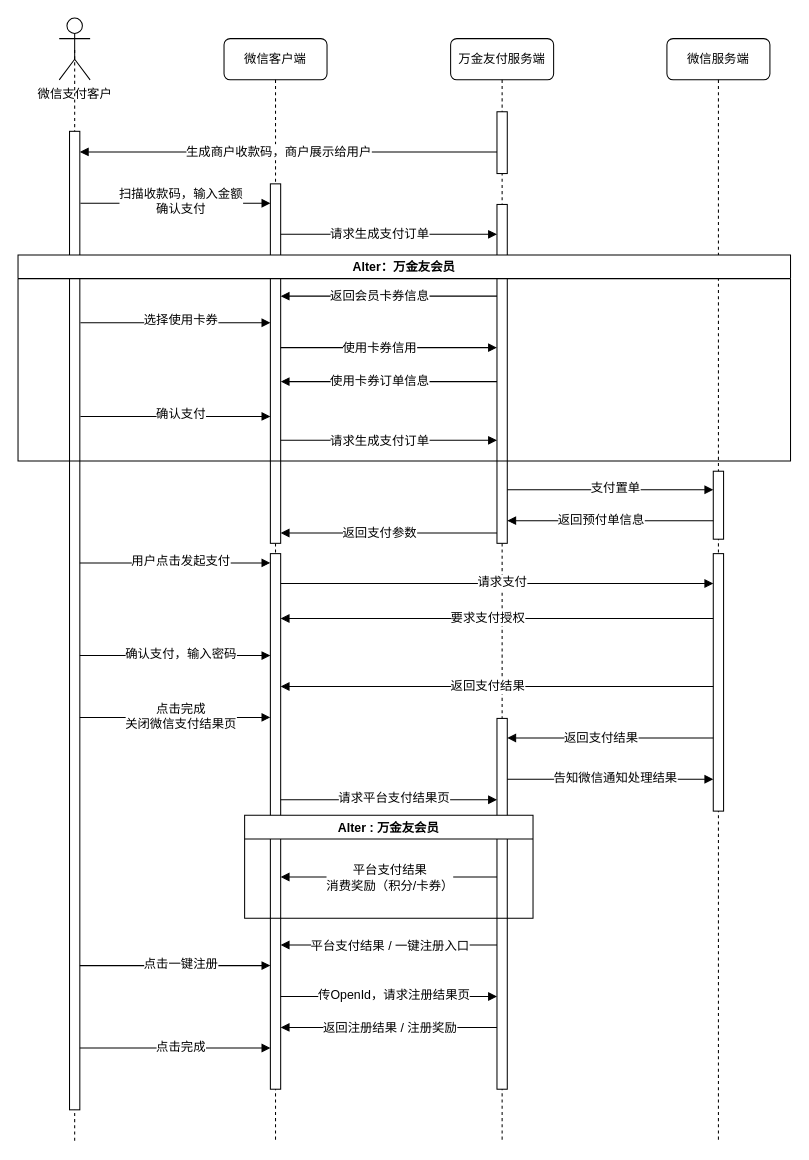
This is page "场景3-客户扫社区商业收款码支付" (3 of 4) of Member_Marketing_20191203.drawio from firefirefirewood/Hello-World, a draw.io file, before an edit. Source tidied: cells renumbered, new cells numbered last; positions are measured from the earlier drawing's top-left corner, leaving out a move shared by most shapes. Both pictures are drawn from the tidied source at 103%, with x=0, y=0 at pixel (18, 18).
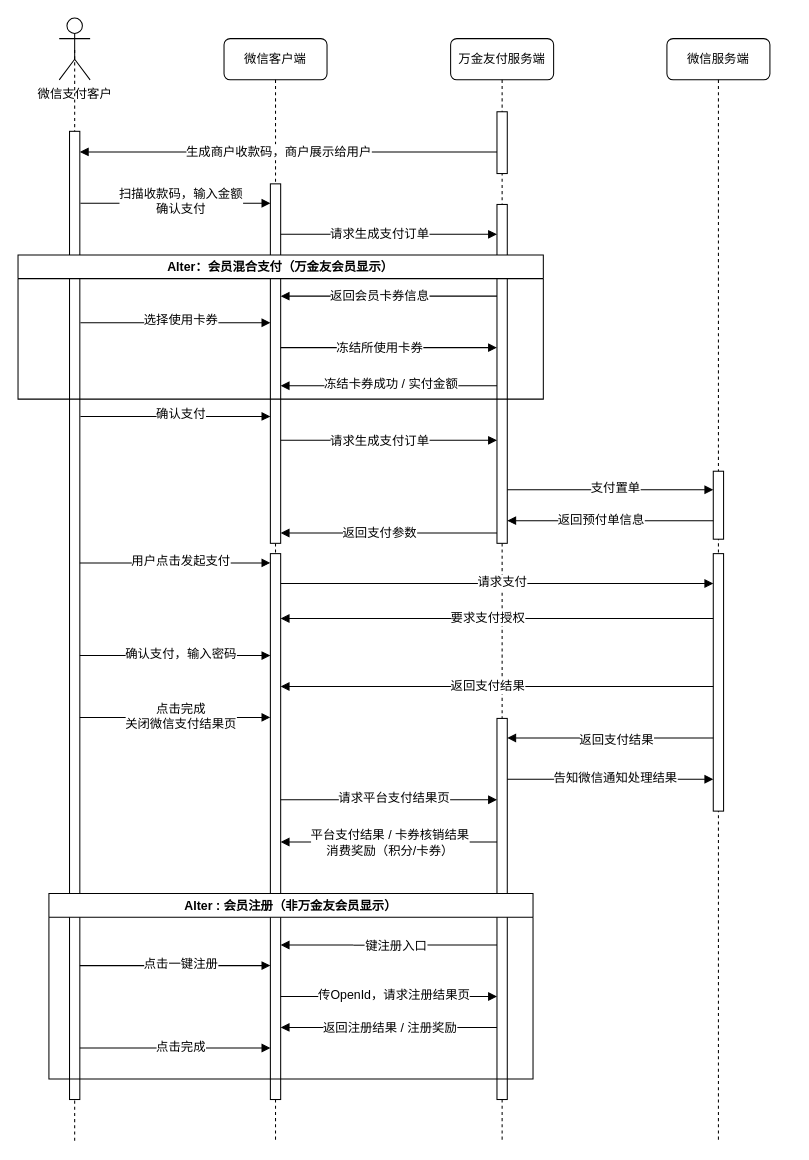
Above is the later version.

The change refers to these unchanged cells:
```xml
<mxCell id="2" value="万金友付服务端" style="shape=umlLifeline;perimeter=lifelinePerimeter;whiteSpace=wrap;html=1;rounded=1;shadow=0;comic=0;labelBackgroundColor=none;strokeWidth=1;fontFamily=Verdana;fontSize=12;align=center;" parent="1" vertex="1">
  <mxGeometry x="420" y="20" width="100" height="1070" as="geometry" />
</mxCell>
<mxCell id="9" value="微信客户端" style="shape=umlLifeline;perimeter=lifelinePerimeter;whiteSpace=wrap;html=1;rounded=1;shadow=0;comic=0;labelBackgroundColor=none;strokeWidth=1;fontFamily=Verdana;fontSize=12;align=center;" parent="1" vertex="1">
  <mxGeometry x="200" y="20" width="100" height="1070" as="geometry" />
</mxCell>
<mxCell id="37" style="html=1;verticalAlign=bottom;endArrow=block;labelBackgroundColor=none;fontFamily=Verdana;fontSize=12;elbow=vertical;" parent="1" edge="1">
  <mxGeometry relative="1" as="geometry">
    <mxPoint x="675" y="699" as="sourcePoint" />
    <mxPoint x="475" y="699" as="targetPoint" />
  </mxGeometry>
</mxCell>
<mxCell id="45" style="html=1;verticalAlign=bottom;endArrow=block;labelBackgroundColor=none;fontFamily=Verdana;fontSize=12;elbow=vertical;" parent="1" edge="1">
  <mxGeometry relative="1" as="geometry">
    <mxPoint x="465" y="900" as="sourcePoint" />
    <mxPoint x="255" y="900" as="targetPoint" />
  </mxGeometry>
</mxCell>
<mxCell id="64" style="html=1;verticalAlign=bottom;endArrow=block;labelBackgroundColor=none;fontFamily=Verdana;fontSize=12;elbow=vertical;" parent="1" edge="1" source="10" target="4">
  <mxGeometry relative="1" as="geometry">
    <Array as="points">
      <mxPoint x="410" y="320" />
    </Array>
  </mxGeometry>
</mxCell>
```

The edit, as a diff of the source:
```diff
@@
     <mxCell id="5" style="html=1;points=[];perimeter=orthogonalPerimeter;rounded=0;shadow=0;comic=0;labelBackgroundColor=none;strokeWidth=1;fontFamily=Verdana;fontSize=12;align=center;" parent="2" vertex="1">
-      <mxGeometry x="45" y="660" width="10" height="360" as="geometry" />
+      <mxGeometry x="45" y="660" width="10" height="370" as="geometry" />
     </mxCell>
@@
     <mxCell id="11" style="html=1;points=[];perimeter=orthogonalPerimeter;rounded=0;shadow=0;comic=0;labelBackgroundColor=none;strokeWidth=1;fontFamily=Verdana;fontSize=12;align=center;" parent="9" vertex="1">
-      <mxGeometry x="45" y="500" width="10" height="520" as="geometry" />
+      <mxGeometry x="45" y="500" width="10" height="530" as="geometry" />
     </mxCell>
@@
     <mxCell id="18" style="html=1;perimeter=orthogonalPerimeter;rounded=0;shadow=0;comic=0;labelBackgroundColor=none;strokeWidth=1;fontFamily=Verdana;fontSize=12;align=center;" parent="1" vertex="1">
-      <mxGeometry x="50" y="110" width="10" height="950" as="geometry" />
+      <mxGeometry x="50" y="110" width="10" height="940" as="geometry" />
     </mxCell>
@@
     <mxCell id="38" value="返回支付结果" style="text;html=1;align=center;verticalAlign=middle;labelBackgroundColor=#ffffff;" parent="37" vertex="1">
       <mxGeometry y="-10" relative="1" as="geometry">
-        <mxPoint x="-10" y="9" as="offset" />
+        <mxPoint x="5" y="11" as="offset" />
       </mxGeometry>
     </mxCell>
@@
-    <mxCell id="46" value="平台支付结果 /&amp;nbsp;一键注册入口" style="text;html=1;align=center;verticalAlign=middle;labelBackgroundColor=#ffffff;" parent="45" vertex="1">
+    <mxCell id="46" value="一键注册入口" style="text;html=1;align=center;verticalAlign=middle;labelBackgroundColor=#ffffff;" parent="45" vertex="1">
       <mxGeometry y="-10" relative="1" as="geometry">
         <mxPoint y="10" as="offset" />
       </mxGeometry>
     </mxCell>
@@
-    <mxCell id="55" value="Alter：万金友会员" style="swimlane;" parent="1" vertex="1">
-      <mxGeometry y="230" width="750" height="200" as="geometry" />
+    <mxCell id="55" value="Alter：会员混合支付（万金友会员显示）" style="swimlane;" parent="1" vertex="1">
+      <mxGeometry y="230" width="510" height="140" as="geometry" />
     </mxCell>
@@
     <mxCell id="60" style="html=1;verticalAlign=bottom;endArrow=block;labelBackgroundColor=none;fontFamily=Verdana;fontSize=12;elbow=vertical;" parent="55" edge="1">
       <mxGeometry relative="1" as="geometry">
-        <mxPoint x="465" y="123" as="sourcePoint" />
-        <mxPoint x="255" y="123" as="targetPoint" />
+        <mxPoint x="465" y="127" as="sourcePoint" />
+        <mxPoint x="255" y="127" as="targetPoint" />
       </mxGeometry>
     </mxCell>
-    <mxCell id="61" value="使用卡券订单信息" style="text;html=1;align=center;verticalAlign=middle;labelBackgroundColor=#ffffff;" parent="60" vertex="1">
+    <mxCell id="61" value="冻结卡券成功 /&amp;nbsp;实付金额" style="text;html=1;align=center;verticalAlign=middle;labelBackgroundColor=#ffffff;" parent="60" vertex="1">
       <mxGeometry y="-10" relative="1" as="geometry">
-        <mxPoint x="-10" y="9" as="offset" />
+        <mxPoint x="1" y="8" as="offset" />
       </mxGeometry>
     </mxCell>
@@
-    <mxCell id="65" value="使用卡券信用" style="text;html=1;align=center;verticalAlign=middle;labelBackgroundColor=#ffffff;" parent="64" vertex="1">
+    <mxCell id="65" value="冻结所使用卡券" style="text;html=1;align=center;verticalAlign=middle;labelBackgroundColor=#ffffff;" parent="64" vertex="1">
       <mxGeometry y="-10" relative="1" as="geometry">
         <mxPoint x="-10" y="-10" as="offset" />
       </mxGeometry>
     </mxCell>
@@
-    <mxCell id="68" value="Alter : 万金友会员" style="swimlane;" parent="1" vertex="1">
-      <mxGeometry x="220" y="774" width="280" height="100" as="geometry" />
+    <mxCell id="68" value="Alter : 会员注册（非万金友会员显示）" style="swimlane;" parent="1" vertex="1">
+      <mxGeometry x="30" y="850" width="470" height="180" as="geometry" />
     </mxCell>
-    <mxCell id="69" style="html=1;verticalAlign=bottom;endArrow=block;labelBackgroundColor=none;fontFamily=Verdana;fontSize=12;elbow=vertical;" parent="68" edge="1">
+    <mxCell id="69" style="html=1;verticalAlign=bottom;endArrow=block;labelBackgroundColor=none;fontFamily=Verdana;fontSize=12;elbow=vertical;" parent="1" edge="1" source="5" target="11">
       <mxGeometry relative="1" as="geometry">
-        <mxPoint x="245" y="60" as="sourcePoint" />
-        <mxPoint x="35" y="60" as="targetPoint" />
+        <Array as="points">
+          <mxPoint x="440" y="800" />
+        </Array>
       </mxGeometry>
     </mxCell>
-    <mxCell id="70" value="平台支付结果&lt;br&gt;消费奖励（积分/卡券）" style="text;html=1;align=center;verticalAlign=middle;labelBackgroundColor=#ffffff;" parent="69" vertex="1">
+    <mxCell id="70" value="平台支付结果 /&amp;nbsp;卡券核销结果&lt;br&gt;消费奖励（积分/卡券）" style="text;html=1;align=center;verticalAlign=middle;labelBackgroundColor=#ffffff;" parent="69" vertex="1">
       <mxGeometry y="-10" relative="1" as="geometry">
         <mxPoint y="10" as="offset" />
       </mxGeometry>
     </mxCell>
```
